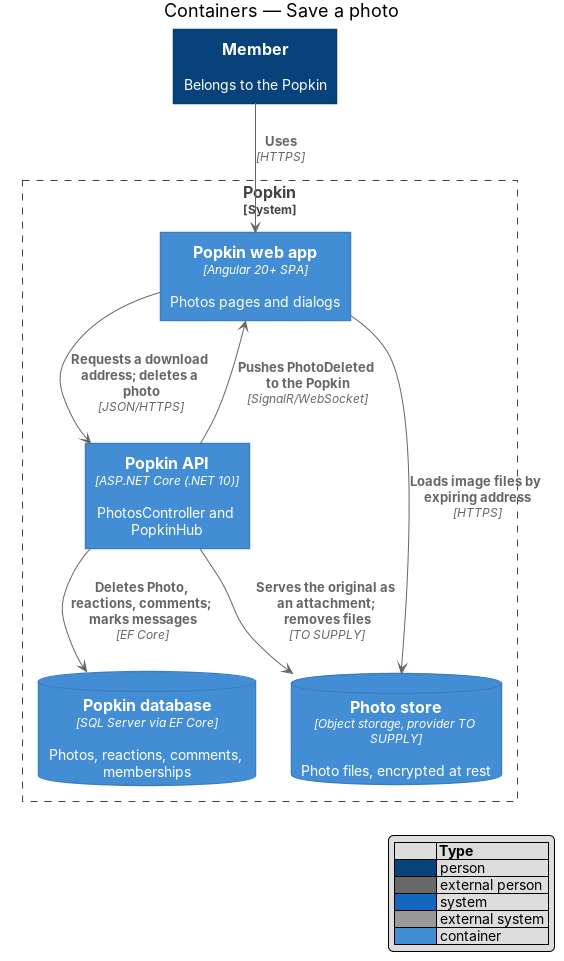
This is docs/detailed-designs/photos/save-photo/diagrams/c4-container.png from QuinntyneBrown/popkin, a PlantUML export, as it was before one commit. Its source is kept beside it as docs/detailed-designs/photos/save-photo/diagrams/c4-container.puml.
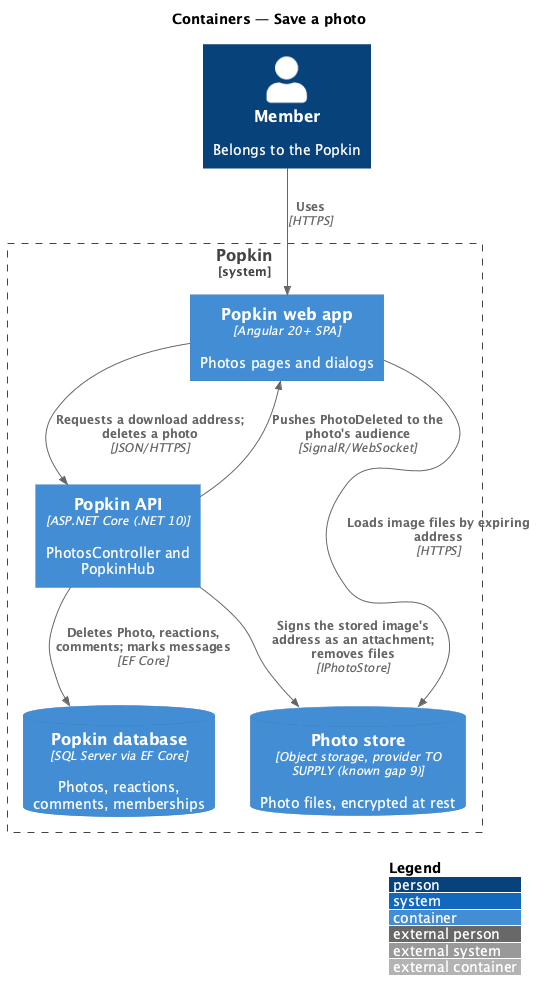
The same file after the commit.

Commit message:
Settle saving and deleting a photo and Photo removed

The edit, as a diff of the source:
```diff
@@ -8,12 +8,12 @@
   Container(spa, "Popkin web app", "Angular 20+ SPA", "Photos pages and dialogs")
   Container(api, "Popkin API", "ASP.NET Core (.NET 10)", "PhotosController and PopkinHub")
   ContainerDb(db, "Popkin database", "SQL Server via EF Core", "Photos, reactions, comments, memberships")
-  ContainerDb(store, "Photo store", "Object storage, provider TO SUPPLY", "Photo files, encrypted at rest")
+  ContainerDb(store, "Photo store", "Object storage, provider TO SUPPLY (known gap 9)", "Photo files, encrypted at rest")
 }
 Rel(member, spa, "Uses", "HTTPS")
 Rel(spa, api, "Requests a download address; deletes a photo", "JSON/HTTPS")
 Rel(api, db, "Deletes Photo, reactions, comments; marks messages", "EF Core")
-Rel(api, store, "Serves the original as an attachment; removes files", "TO SUPPLY")
+Rel(api, store, "Signs the stored image's address as an attachment; removes files", "IPhotoStore")
 Rel(spa, store, "Loads image files by expiring address", "HTTPS")
-Rel(api, spa, "Pushes PhotoDeleted to the Popkin", "SignalR/WebSocket")
+Rel(api, spa, "Pushes PhotoDeleted to the photo's audience", "SignalR/WebSocket")
 @enduml
```
